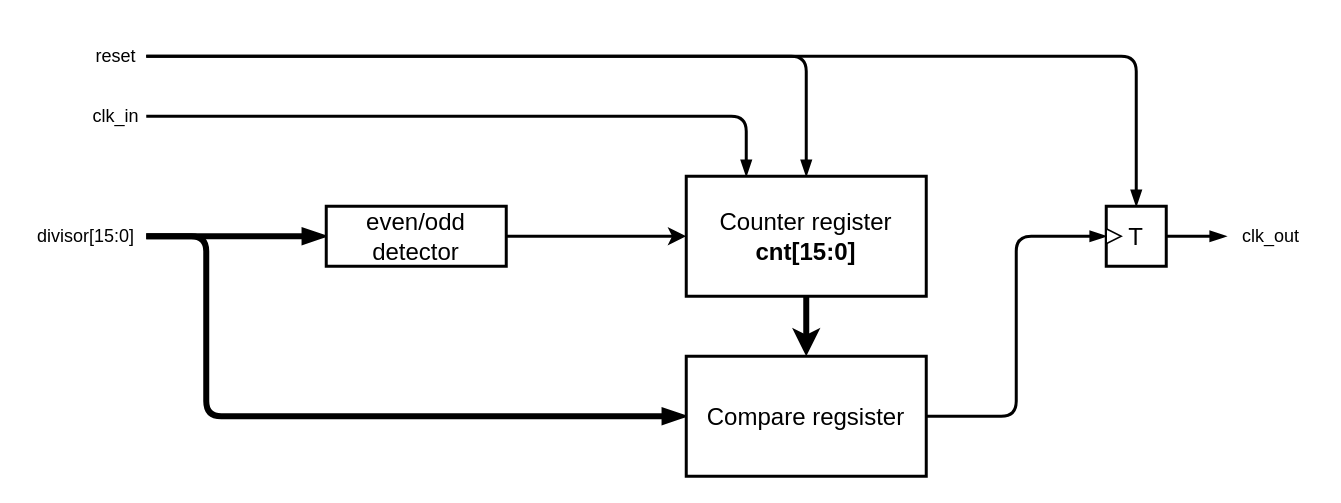
Before: page "Block-diagram" (1 of 2) of Verilog/Clock_divider/.drawio in GSXAM/LearningFPGA, a draw.io diagram. Source tidied: cells renumbered, new cells numbered last; positions are measured from the earlier drawing's top-left corner, leaving out a move shared by most shapes. Both pictures are drawn from the tidied source at 150%, with x=0, y=0 at pixel (26, 26).
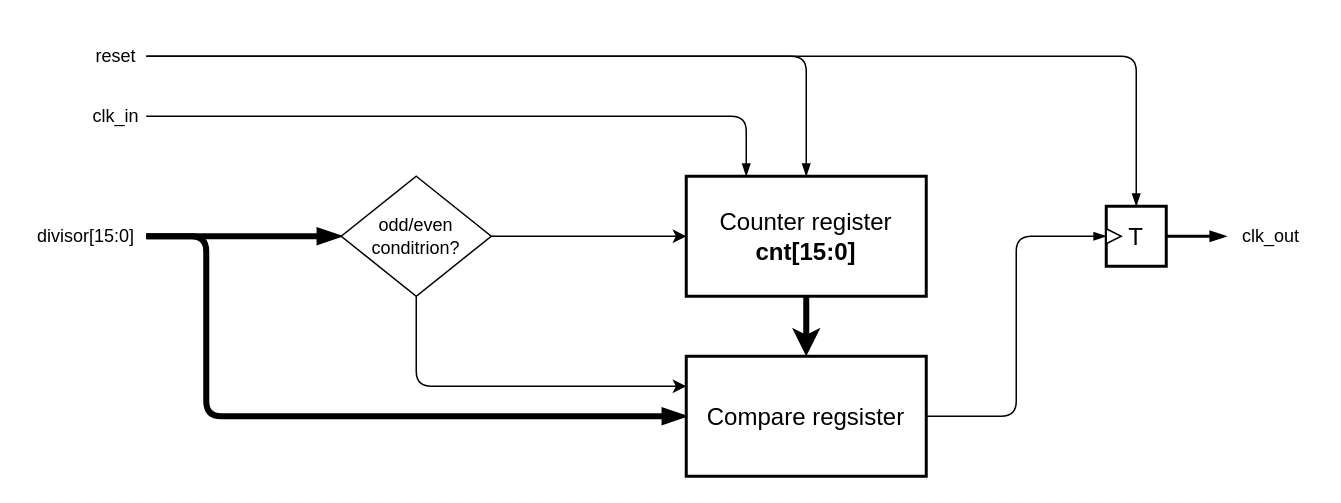
The same page after the edit.

The change refers to these unchanged cells:
```xml
<mxCell id="2" value="clk_in" style="text;html=1;strokeColor=none;fillColor=none;align=center;verticalAlign=middle;whiteSpace=wrap;rounded=0;shadow=0;dashed=1;strokeWidth=2;" parent="1" vertex="1">
  <mxGeometry x="40" y="40" width="40" height="40" as="geometry" />
</mxCell>
<mxCell id="4" value="reset" style="text;html=1;strokeColor=none;fillColor=none;align=center;verticalAlign=middle;whiteSpace=wrap;rounded=0;shadow=0;dashed=1;strokeWidth=2;" parent="1" vertex="1">
  <mxGeometry x="40" width="40" height="40" as="geometry" />
</mxCell>
<mxCell id="5" value="divisor[15:0]" style="text;html=1;strokeColor=none;fillColor=none;align=center;verticalAlign=middle;whiteSpace=wrap;rounded=0;shadow=0;dashed=1;strokeWidth=2;" parent="1" vertex="1">
  <mxGeometry y="120" width="80" height="40" as="geometry" />
</mxCell>
<mxCell id="13" value="&lt;font style=&quot;font-size: 16px;&quot;&gt;Counter register&lt;b&gt; cnt[15:0]&lt;/b&gt;&lt;/font&gt;" style="rounded=0;whiteSpace=wrap;html=1;shadow=0;strokeWidth=2;fillColor=default;gradientColor=none;" parent="1" vertex="1">
  <mxGeometry x="440" y="100" width="160" height="80" as="geometry" />
</mxCell>
<mxCell id="16" value="&lt;span style=&quot;font-size: 16px;&quot;&gt;Compare regsister&lt;/span&gt;" style="rounded=0;whiteSpace=wrap;html=1;shadow=0;strokeWidth=2;fillColor=default;gradientColor=none;" parent="1" vertex="1">
  <mxGeometry x="440" y="220" width="160" height="80" as="geometry" />
</mxCell>
<mxCell id="18" value="&lt;span style=&quot;font-size: 16px;&quot;&gt;T&lt;/span&gt;" style="rounded=0;whiteSpace=wrap;html=1;shadow=0;strokeWidth=2;fillColor=default;gradientColor=none;" parent="17" vertex="1">
  <mxGeometry width="40" height="40" as="geometry" />
</mxCell>
<mxCell id="19" style="triangle;whiteSpace=wrap;html=1;fontSize=16;" parent="17" vertex="1">
  <mxGeometry y="15" width="10" height="10" as="geometry" />
</mxCell>
```

Change to the diagram source:
```diff
@@
-    <mxCell id="3" style="edgeStyle=orthogonalEdgeStyle;html=1;exitX=1;exitY=0.5;exitDx=0;exitDy=0;entryX=0.5;entryY=0;entryDx=0;entryDy=0;strokeWidth=2;fontSize=16;startArrow=none;startFill=0;endArrow=blockThin;endFill=1;" parent="1" edge="1" source="4" target="18">
+    <mxCell id="3" style="edgeStyle=orthogonalEdgeStyle;html=1;exitX=1;exitY=0.5;exitDx=0;exitDy=0;entryX=0.5;entryY=0;entryDx=0;entryDy=0;strokeWidth=1;fontSize=16;startArrow=none;startFill=0;endArrow=blockThin;endFill=1;" parent="1" edge="1" source="4" target="18">
       <mxGeometry relative="1" as="geometry" />
     </mxCell>
@@
-    <mxCell id="7" style="edgeStyle=elbowEdgeStyle;html=1;exitX=0;exitY=0.5;exitDx=0;exitDy=0;strokeColor=default;strokeWidth=4;startArrow=blockThin;startFill=1;endArrow=none;endFill=0;entryX=1;entryY=0.5;entryDx=0;entryDy=0;" parent="1" edge="1" source="9" target="5">
+    <mxCell id="7" style="edgeStyle=elbowEdgeStyle;html=1;exitX=0;exitY=0.5;exitDx=0;exitDy=0;strokeColor=default;strokeWidth=4;startArrow=blockThin;startFill=1;endArrow=none;endFill=0;entryX=1;entryY=0.5;entryDx=0;entryDy=0;" parent="1" edge="1" source="22" target="5">
       <mxGeometry relative="1" as="geometry" />
     </mxCell>
-    <mxCell id="8" style="edgeStyle=none;html=1;exitX=1;exitY=0.5;exitDx=0;exitDy=0;entryX=0;entryY=0.5;entryDx=0;entryDy=0;strokeWidth=2;" parent="1" edge="1" source="9" target="13">
+    <mxCell id="8" style="edgeStyle=none;html=1;exitX=1;exitY=0.5;exitDx=0;exitDy=0;entryX=0;entryY=0.5;entryDx=0;entryDy=0;strokeWidth=1;" parent="1" edge="1" source="22" target="13">
       <mxGeometry relative="1" as="geometry" />
     </mxCell>
-    <mxCell id="9" value="even/odd detector" style="rounded=0;whiteSpace=wrap;html=1;shadow=0;strokeWidth=2;fillColor=default;gradientColor=none;fontSize=16;" parent="1" vertex="1">
-      <mxGeometry x="200" y="120" width="120" height="40" as="geometry" />
-    </mxCell>
@@
-    <mxCell id="11" style="edgeStyle=orthogonalEdgeStyle;html=1;exitX=0.5;exitY=0;exitDx=0;exitDy=0;strokeWidth=2;fontSize=16;startArrow=blockThin;startFill=1;endArrow=none;endFill=0;entryX=1;entryY=0.5;entryDx=0;entryDy=0;" parent="1" edge="1" source="13" target="4">
+    <mxCell id="11" style="edgeStyle=orthogonalEdgeStyle;html=1;exitX=0.5;exitY=0;exitDx=0;exitDy=0;strokeWidth=1;fontSize=16;startArrow=blockThin;startFill=1;endArrow=none;endFill=0;entryX=1;entryY=0.5;entryDx=0;entryDy=0;" parent="1" edge="1" source="13" target="4">
       <mxGeometry relative="1" as="geometry">
         <Array as="points">
           <mxPoint x="520" y="20" />
         </Array>
       </mxGeometry>
     </mxCell>
-    <mxCell id="12" style="edgeStyle=orthogonalEdgeStyle;html=1;exitX=0.25;exitY=0;exitDx=0;exitDy=0;strokeWidth=2;fontSize=16;startArrow=blockThin;startFill=1;endArrow=none;endFill=0;entryX=1;entryY=0.5;entryDx=0;entryDy=0;" parent="1" edge="1" source="13" target="2">
+    <mxCell id="12" style="edgeStyle=orthogonalEdgeStyle;html=1;exitX=0.25;exitY=0;exitDx=0;exitDy=0;strokeWidth=1;fontSize=16;startArrow=blockThin;startFill=1;endArrow=none;endFill=0;entryX=1;entryY=0.5;entryDx=0;entryDy=0;" parent="1" edge="1" source="13" target="2">
       <mxGeometry relative="1" as="geometry">
         <Array as="points">
           <mxPoint x="480" y="60" />
         </Array>
       </mxGeometry>
     </mxCell>
@@
-    <mxCell id="15" style="edgeStyle=orthogonalEdgeStyle;html=1;exitX=1;exitY=0.5;exitDx=0;exitDy=0;entryX=0;entryY=0.5;entryDx=0;entryDy=0;strokeWidth=2;fontSize=16;startArrow=none;startFill=0;endArrow=blockThin;endFill=1;" parent="1" edge="1" source="16" target="19">
+    <mxCell id="15" style="edgeStyle=orthogonalEdgeStyle;html=1;exitX=1;exitY=0.5;exitDx=0;exitDy=0;entryX=0;entryY=0.5;entryDx=0;entryDy=0;strokeWidth=1;fontSize=16;startArrow=none;startFill=0;endArrow=blockThin;endFill=1;" parent="1" edge="1" source="16" target="19">
       <mxGeometry relative="1" as="geometry" />
     </mxCell>
@@
+    <mxCell id="21" style="edgeStyle=orthogonalEdgeStyle;html=1;exitX=0.5;exitY=1;exitDx=0;exitDy=0;entryX=0;entryY=0.25;entryDx=0;entryDy=0;strokeWidth=1;" parent="1" edge="1" source="22" target="16">
+      <mxGeometry relative="1" as="geometry" />
+    </mxCell>
+    <mxCell id="22" value="odd/even conditrion?" style="rhombus;whiteSpace=wrap;html=1;" parent="1" vertex="1">
+      <mxGeometry x="210" y="100" width="100" height="80" as="geometry" />
+    </mxCell>
```
